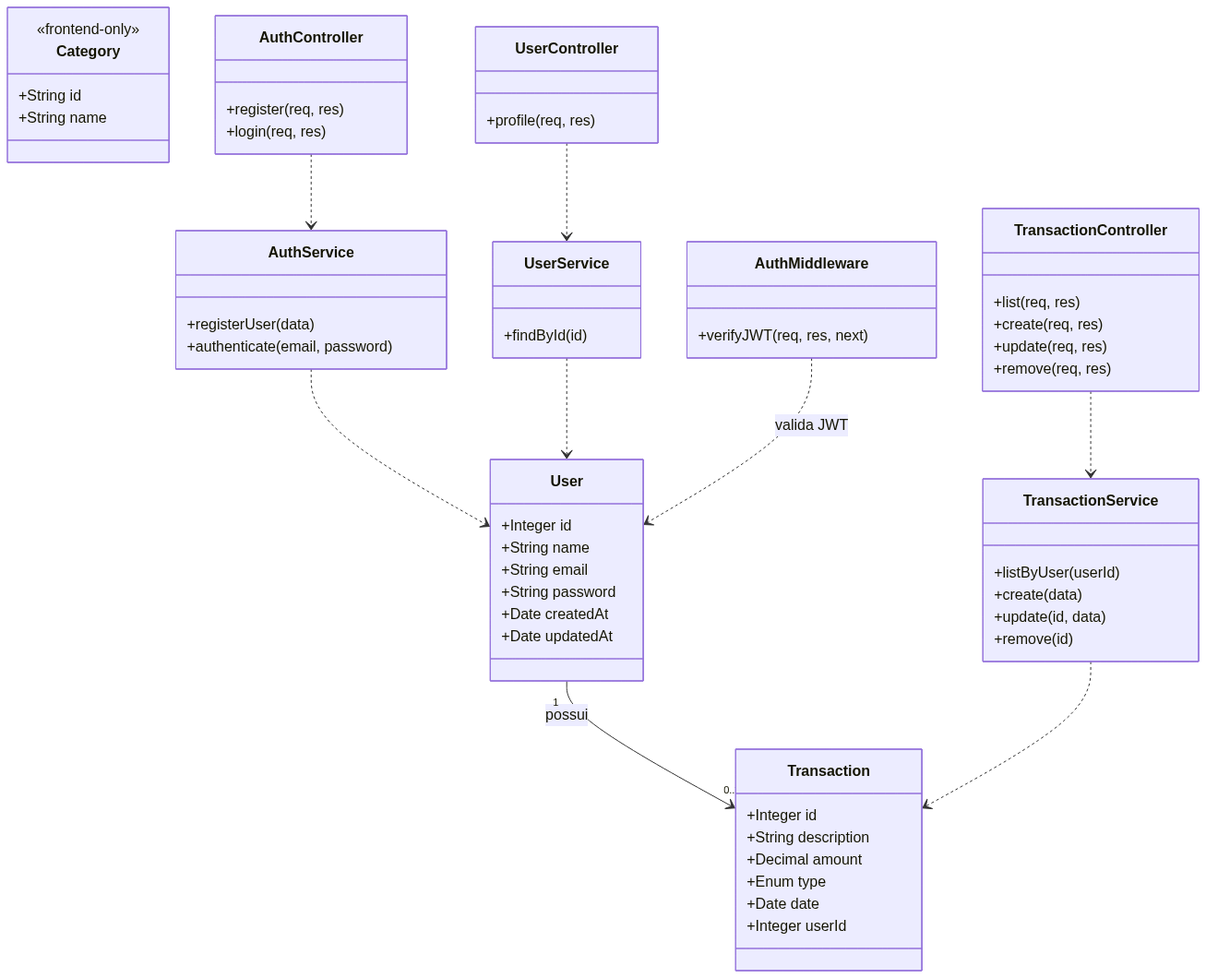
Before: docs/uml/2-classes.png, a diagram exported from Mermaid (Beloeser/EngSoftware01_FinancasPessoais). Its source is kept beside it as docs/uml/2-classes.mmd. The source it was exported from:
```mermaid
classDiagram
    class User {
        +Integer id
        +String name
        +String email
        +String password
        +Date createdAt
        +Date updatedAt
    }

    class Transaction {
        +Integer id
        +String description
        +Decimal amount
        +Enum type
        +Date date
        +Integer userId
    }

    class Category {
        <<frontend-only>>
        +String id
        +String name
    }

    class AuthController {
        +register(req, res)
        +login(req, res)
    }

    class TransactionController {
        +list(req, res)
        +create(req, res)
        +update(req, res)
        +remove(req, res)
    }

    class UserController {
        +profile(req, res)
    }

    class AuthService {
        +registerUser(data)
        +authenticate(email, password)
    }

    class TransactionService {
        +listByUser(userId)
        +create(data)
        +update(id, data)
        +remove(id)
    }

    class UserService {
        +findById(id)
    }

    class AuthMiddleware {
        +verifyJWT(req, res, next)
    }

    User "1" --> "0..*" Transaction : possui
    AuthController ..> AuthService
    TransactionController ..> TransactionService
    UserController ..> UserService
    AuthService ..> User
    TransactionService ..> Transaction
    UserService ..> User
    AuthMiddleware ..> User : valida JWT
```
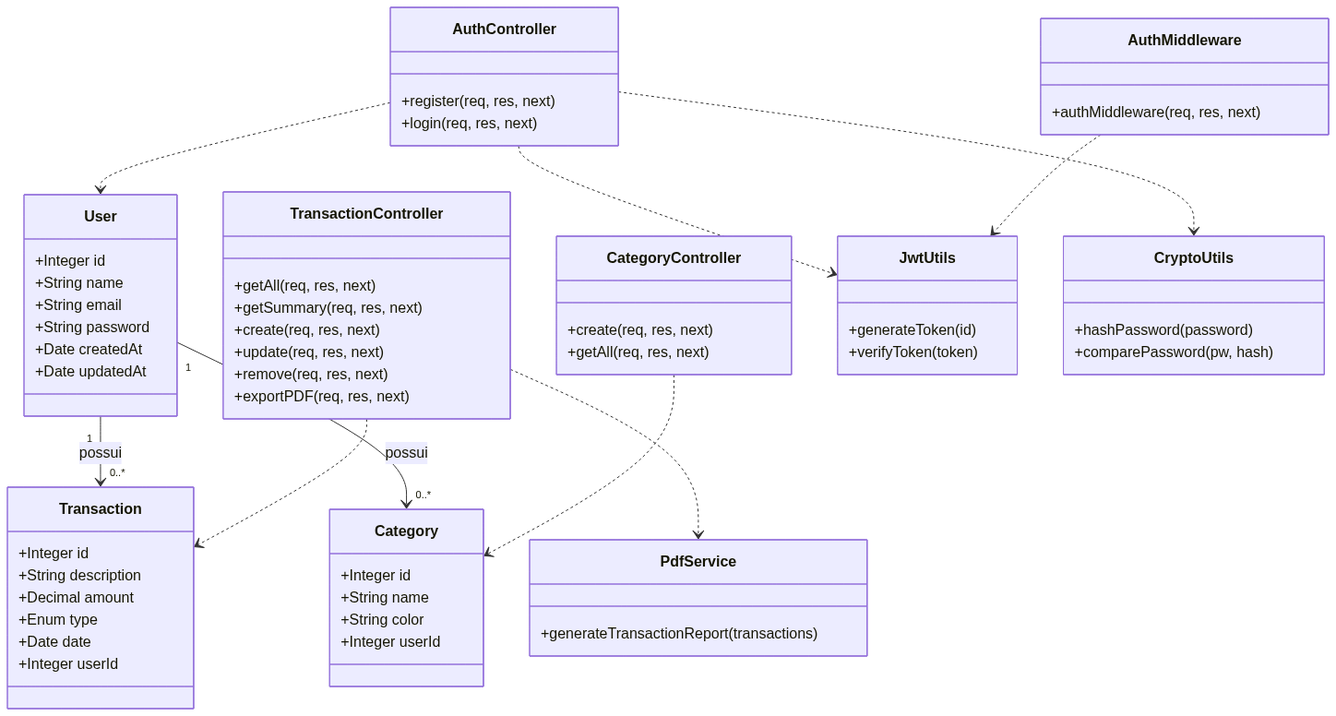
The same diagram one commit later.

What changed in the source:
```diff
@@ -18,52 +18,55 @@
     }
 
     class Category {
-        <<frontend-only>>
-        +String id
+        +Integer id
         +String name
+        +String color
+        +Integer userId
     }
 
     class AuthController {
-        +register(req, res)
-        +login(req, res)
+        +register(req, res, next)
+        +login(req, res, next)
     }
 
     class TransactionController {
-        +list(req, res)
-        +create(req, res)
-        +update(req, res)
-        +remove(req, res)
+        +getAll(req, res, next)
+        +getSummary(req, res, next)
+        +create(req, res, next)
+        +update(req, res, next)
+        +remove(req, res, next)
+        +exportPDF(req, res, next)
     }
 
-    class UserController {
-        +profile(req, res)
+    class CategoryController {
+        +create(req, res, next)
+        +getAll(req, res, next)
     }
 
-    class AuthService {
-        +registerUser(data)
-        +authenticate(email, password)
-    }
-
-    class TransactionService {
-        +listByUser(userId)
-        +create(data)
-        +update(id, data)
-        +remove(id)
-    }
-
-    class UserService {
-        +findById(id)
+    class PdfService {
+        +generateTransactionReport(transactions)
     }
 
     class AuthMiddleware {
-        +verifyJWT(req, res, next)
+        +authMiddleware(req, res, next)
+    }
+
+    class JwtUtils {
+        +generateToken(id)
+        +verifyToken(token)
+    }
+
+    class CryptoUtils {
+        +hashPassword(password)
+        +comparePassword(pw, hash)
     }
 
     User "1" --> "0..*" Transaction : possui
-    AuthController ..> AuthService
-    TransactionController ..> TransactionService
-    UserController ..> UserService
-    AuthService ..> User
-    TransactionService ..> Transaction
-    UserService ..> User
-    AuthMiddleware ..> User : valida JWT
+    User "1" --> "0..*" Category : possui
+    AuthController ..> User
+    AuthController ..> JwtUtils
+    AuthController ..> CryptoUtils
+    TransactionController ..> Transaction
+    TransactionController ..> PdfService
+    CategoryController ..> Category
+    AuthMiddleware ..> JwtUtils
```
